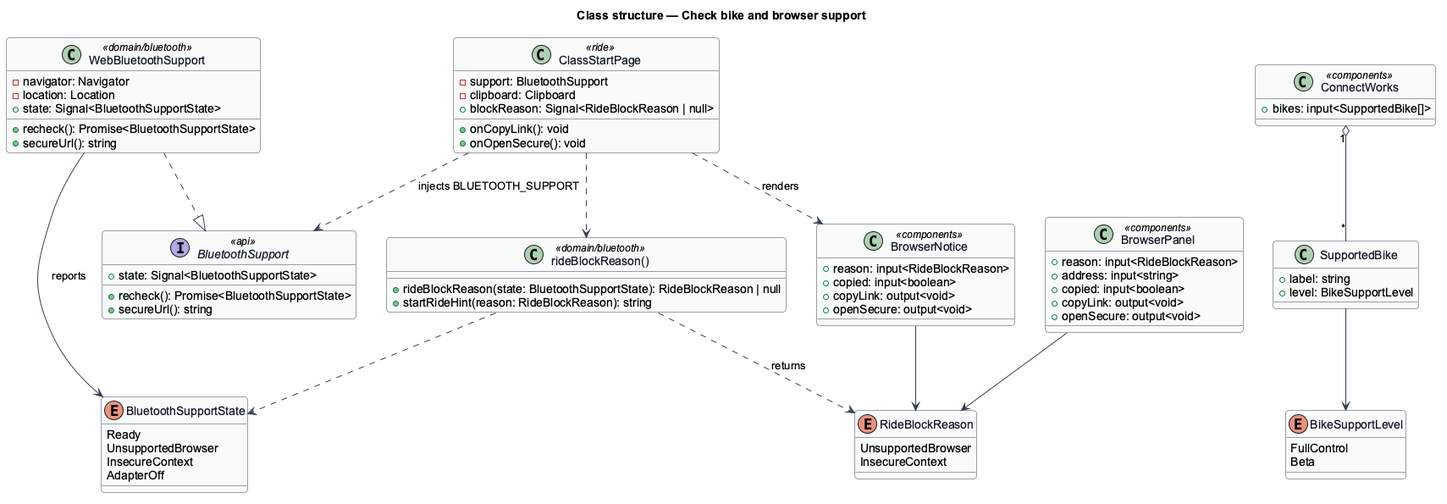
QuinntyneBrown/ride-one keeps this PlantUML diagram as docs/detailed-designs/bike/check-bike-and-browser-support/diagrams/class-structure.png. Above is the earlier version.
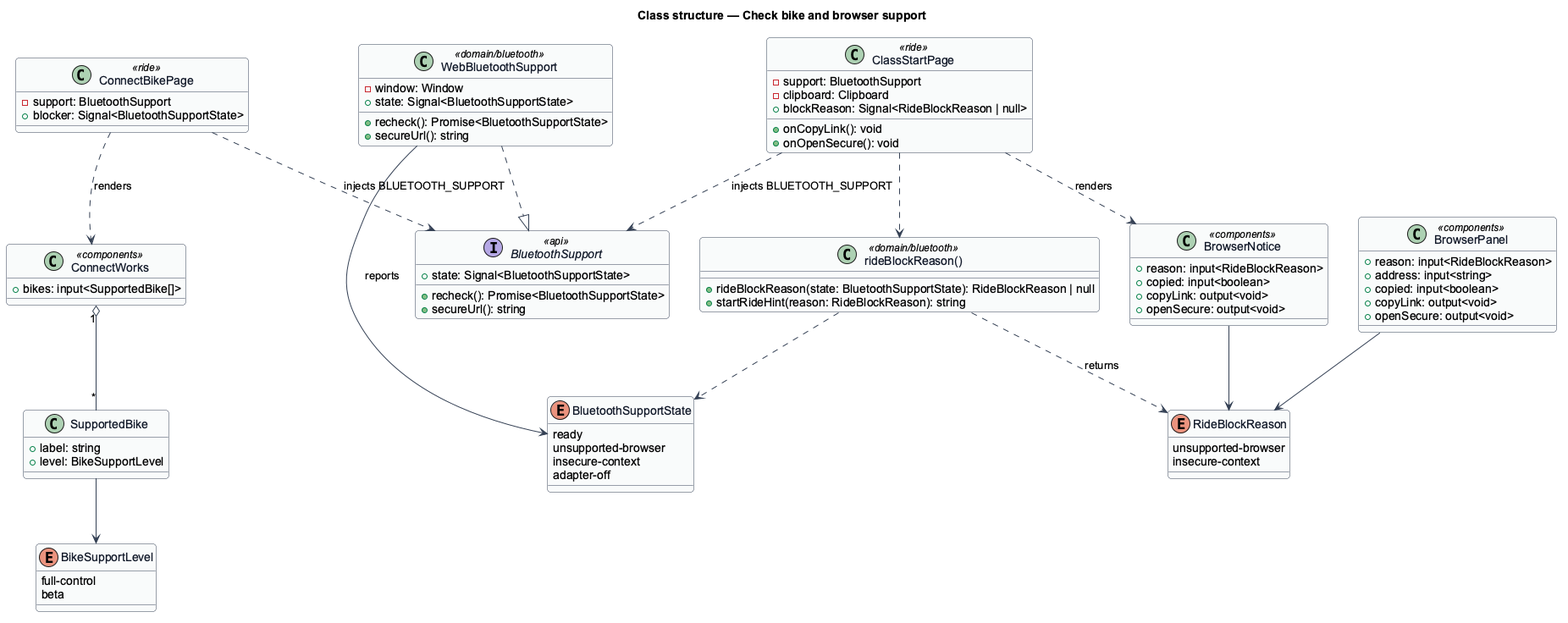
Above is the later version.

The edit, as a diff of the source:
```diff
@@ -11,18 +11,18 @@
 }
 title Class structure — Check bike and browser support
 enum BluetoothSupportState {
-  Ready
-  UnsupportedBrowser
-  InsecureContext
-  AdapterOff
+  ready
+  unsupported-browser
+  insecure-context
+  adapter-off
 }
 enum RideBlockReason {
-  UnsupportedBrowser
-  InsecureContext
+  unsupported-browser
+  insecure-context
 }
 enum BikeSupportLevel {
-  FullControl
-  Beta
+  full-control
+  beta
 }
 class SupportedBike {
   +label: string
@@ -34,8 +34,7 @@
   +secureUrl(): string
 }
 class WebBluetoothSupport <<domain/bluetooth>> {
-  -navigator: Navigator
-  -location: Location
+  -window: Window
   +state: Signal<BluetoothSupportState>
   +recheck(): Promise<BluetoothSupportState>
   +secureUrl(): string
@@ -60,6 +59,10 @@
   +copyLink: output<void>
   +openSecure: output<void>
 }
+class ConnectBikePage <<ride>> {
+  -support: BluetoothSupport
+  +blocker: Signal<BluetoothSupportState>
+}
 class ClassStartPage <<ride>> {
   -support: BluetoothSupport
   -clipboard: Clipboard
@@ -73,6 +76,8 @@
 RideBlock ..> RideBlockReason : returns
 SupportedBike --> BikeSupportLevel
 ConnectWorks "1" o-- "*" SupportedBike
+ConnectBikePage ..> BluetoothSupport : injects BLUETOOTH_SUPPORT
+ConnectBikePage ..> ConnectWorks : renders
 ClassStartPage ..> BluetoothSupport : injects BLUETOOTH_SUPPORT
 ClassStartPage ..> RideBlock
 ClassStartPage ..> BrowserNotice : renders
```
